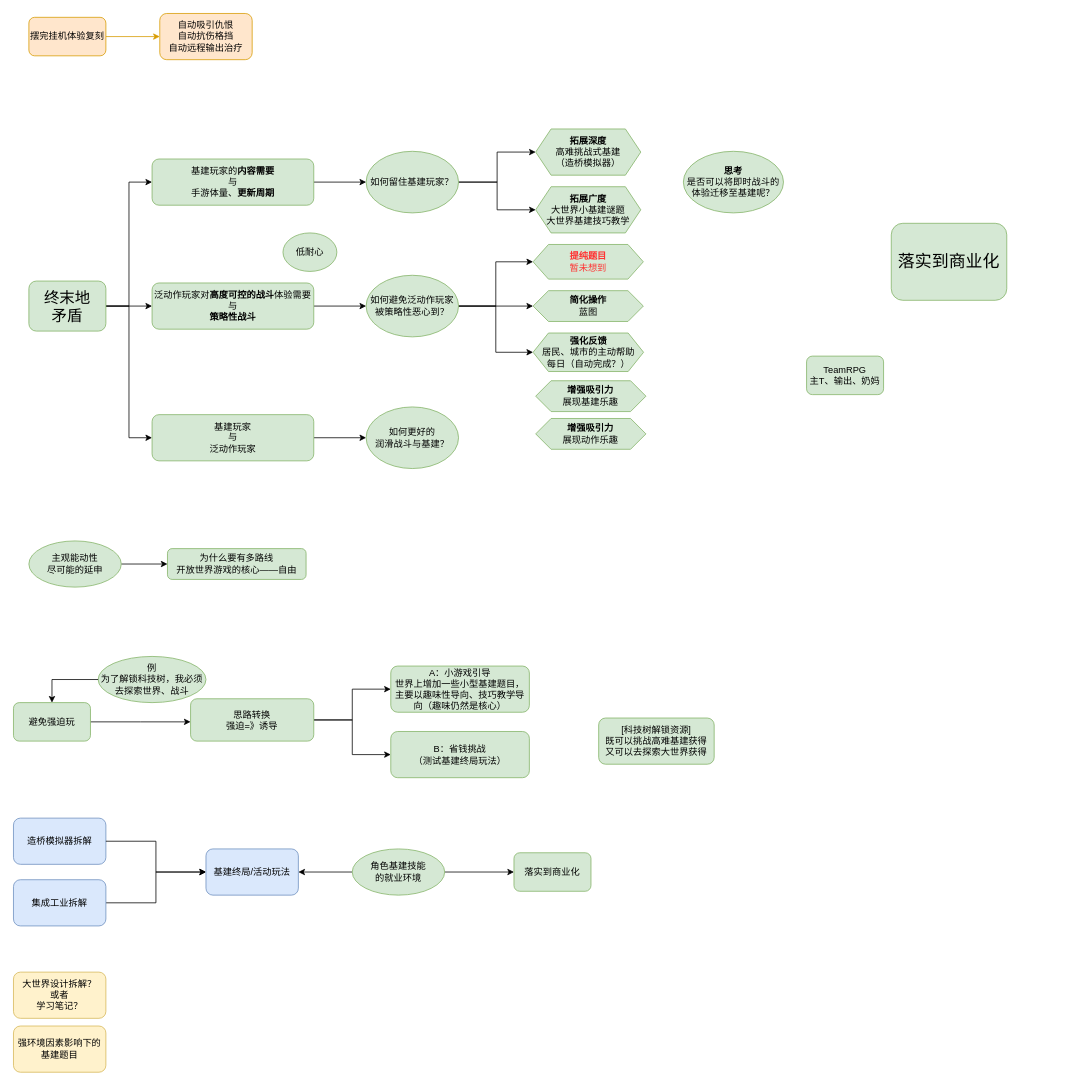
This is 方舟案子思考.drawio from Monokero/draw.io, a draw.io file, before an edit. Source tidied: cells renumbered, new cells numbered last; positions are measured from the earlier drawing's top-left corner, leaving out a move shared by most shapes. Both pictures are drawn from the tidied source at 77%, with x=0, y=0 at pixel (13, 13).
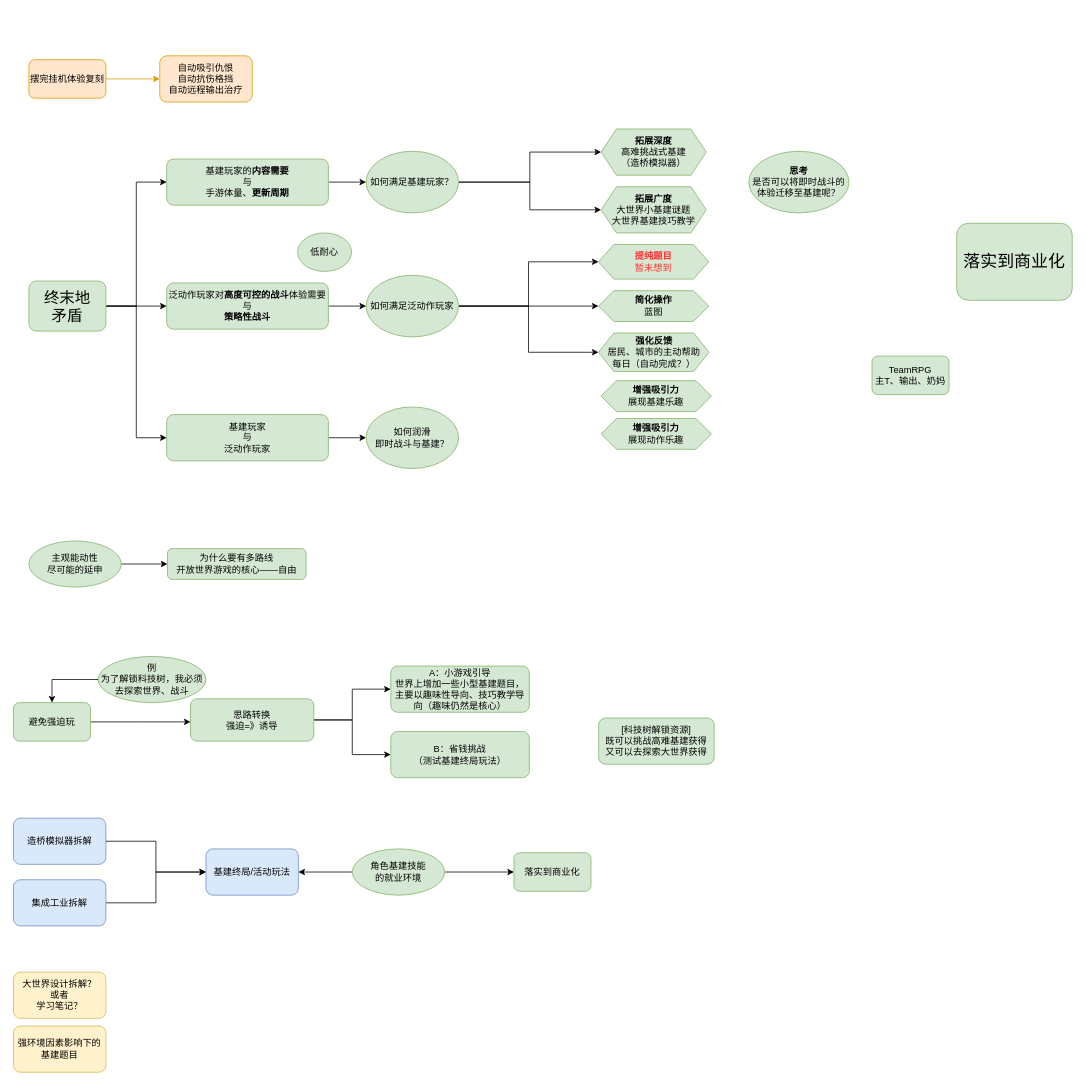
The same diagram, later.

Commit message:
更新方舟案子思考.drawio

Change to the diagram source:
```diff
@@
-    <mxCell id="23" value="如何留住基建玩家？" style="ellipse;whiteSpace=wrap;html=1;fillColor=#d5e8d4;strokeColor=#82b366;" parent="1" vertex="1">
+    <mxCell id="23" value="如何满足基建玩家？" style="ellipse;whiteSpace=wrap;html=1;fillColor=#d5e8d4;strokeColor=#82b366;" parent="1" vertex="1">
       <mxGeometry x="458" y="179" width="120" height="80" as="geometry" />
     </mxCell>
@@
-    <mxCell id="27" value="如何避免泛动作玩家被策略性恶心到？" style="ellipse;whiteSpace=wrap;html=1;fillColor=#d5e8d4;strokeColor=#82b366;" parent="1" vertex="1">
+    <mxCell id="27" value="如何满足泛动作玩家" style="ellipse;whiteSpace=wrap;html=1;fillColor=#d5e8d4;strokeColor=#82b366;" parent="1" vertex="1">
       <mxGeometry x="458" y="340" width="120" height="80" as="geometry" />
     </mxCell>
     <mxCell id="28" value="&lt;b&gt;简化操作&lt;/b&gt;&lt;div&gt;蓝图&lt;/div&gt;" style="shape=hexagon;perimeter=hexagonPerimeter2;whiteSpace=wrap;html=1;fixedSize=1;fillColor=#d5e8d4;strokeColor=#82b366;" parent="1" vertex="1">
-      <mxGeometry x="674.8" y="360" width="143.2" height="40" as="geometry" />
+      <mxGeometry x="759.8" y="360" width="143.2" height="40" as="geometry" />
     </mxCell>
@@
     <mxCell id="34" value="摆完挂机体验复刻" style="rounded=1;whiteSpace=wrap;html=1;fillColor=#ffe6cc;strokeColor=#d79b00;" parent="1" vertex="1">
-      <mxGeometry x="20" y="5" width="100" height="50" as="geometry" />
+      <mxGeometry x="20" y="60" width="100" height="50" as="geometry" />
     </mxCell>
     <mxCell id="35" value="自动吸引仇恨&lt;div&gt;自动抗伤格挡&lt;/div&gt;&lt;div&gt;自动远程输出治疗&lt;/div&gt;" style="whiteSpace=wrap;html=1;rounded=1;fillColor=#ffe6cc;strokeColor=#d79b00;" parent="1" vertex="1">
-      <mxGeometry x="190" width="120" height="60" as="geometry" />
+      <mxGeometry x="190" y="55" width="120" height="60" as="geometry" />
     </mxCell>
@@
     <mxCell id="42" value="基建玩家的&lt;b&gt;内容需要&lt;/b&gt;&lt;div&gt;与&lt;/div&gt;&lt;div&gt;手游体量、&lt;b&gt;更新周期&lt;/b&gt;&lt;/div&gt;" style="whiteSpace=wrap;html=1;fillColor=#d5e8d4;strokeColor=#82b366;rounded=1;" parent="1" vertex="1">
-      <mxGeometry x="180" y="189" width="210" height="60" as="geometry" />
+      <mxGeometry x="199" y="189" width="210" height="60" as="geometry" />
     </mxCell>
@@
     <mxCell id="44" value="泛动作玩家对&lt;b&gt;高度可控的战斗&lt;/b&gt;体验需要&lt;div&gt;与&lt;/div&gt;&lt;div&gt;&lt;b&gt;策略性战斗&lt;/b&gt;&lt;/div&gt;" style="whiteSpace=wrap;html=1;fillColor=#d5e8d4;strokeColor=#82b366;rounded=1;" parent="1" vertex="1">
-      <mxGeometry x="180" y="350" width="210" height="60" as="geometry" />
+      <mxGeometry x="199" y="350" width="210" height="60" as="geometry" />
     </mxCell>
@@
     <mxCell id="46" value="基建玩家&lt;div&gt;与&lt;/div&gt;&lt;div&gt;泛动作玩家&lt;/div&gt;" style="whiteSpace=wrap;html=1;fillColor=#d5e8d4;strokeColor=#82b366;rounded=1;" parent="1" vertex="1">
-      <mxGeometry x="180" y="521" width="210" height="60" as="geometry" />
+      <mxGeometry x="199" y="521" width="210" height="60" as="geometry" />
     </mxCell>
-    <mxCell id="47" value="如何更好的&lt;div&gt;润滑战斗与基建？&lt;/div&gt;" style="ellipse;whiteSpace=wrap;html=1;fillColor=#d5e8d4;strokeColor=#82b366;" parent="1" vertex="1">
+    <mxCell id="47" value="如何&lt;span style=&quot;background-color: transparent; color: light-dark(rgb(0, 0, 0), rgb(255, 255, 255));&quot;&gt;润滑&lt;/span&gt;&lt;div&gt;&lt;span style=&quot;background-color: transparent; color: light-dark(rgb(0, 0, 0), rgb(255, 255, 255));&quot;&gt;即时战斗与基建？&lt;/span&gt;&lt;/div&gt;" style="ellipse;whiteSpace=wrap;html=1;fillColor=#d5e8d4;strokeColor=#82b366;" parent="1" vertex="1">
       <mxGeometry x="458" y="511" width="120" height="80" as="geometry" />
     </mxCell>
     <mxCell id="48" value="&lt;div&gt;&lt;b&gt;拓展广度&lt;/b&gt;&lt;/div&gt;大世界小基建谜题&lt;div&gt;大世界基建技巧教学&lt;/div&gt;" style="shape=hexagon;perimeter=hexagonPerimeter2;whiteSpace=wrap;html=1;fixedSize=1;fillColor=#d5e8d4;strokeColor=#82b366;" parent="1" vertex="1">
-      <mxGeometry x="678.2" y="225" width="136.5" height="60" as="geometry" />
+      <mxGeometry x="763.2" y="225" width="136.5" height="60" as="geometry" />
     </mxCell>
     <mxCell id="49" value="&lt;div&gt;&lt;b style=&quot;background-color: transparent; color: light-dark(rgb(0, 0, 0), rgb(255, 255, 255));&quot;&gt;拓展&lt;/b&gt;&lt;b&gt;深度&lt;/b&gt;&lt;/div&gt;高难挑战式基建&lt;div&gt;（造桥模拟器）&lt;/div&gt;" style="shape=hexagon;perimeter=hexagonPerimeter2;whiteSpace=wrap;html=1;fixedSize=1;fillColor=#d5e8d4;strokeColor=#82b366;" parent="1" vertex="1">
-      <mxGeometry x="678.2" y="150" width="136.5" height="60" as="geometry" />
+      <mxGeometry x="763.2" y="150" width="136.5" height="60" as="geometry" />
     </mxCell>
     <mxCell id="50" value="&lt;b&gt;提纯题目&lt;/b&gt;&lt;div&gt;暂未想到&lt;/div&gt;" style="shape=hexagon;perimeter=hexagonPerimeter2;whiteSpace=wrap;html=1;fixedSize=1;fillColor=#d5e8d4;strokeColor=#82b366;fontColor=#FF3333;" parent="1" vertex="1">
-      <mxGeometry x="674.8" y="300" width="143.2" height="45" as="geometry" />
+      <mxGeometry x="759.8" y="300" width="143.2" height="45" as="geometry" />
     </mxCell>
     <mxCell id="51" value="&lt;b&gt;强化&lt;/b&gt;&lt;b&gt;反馈&lt;/b&gt;&lt;div&gt;居民、城市的主动帮助&lt;/div&gt;&lt;div&gt;每日（自动完成？）&lt;/div&gt;" style="shape=hexagon;perimeter=hexagonPerimeter2;whiteSpace=wrap;html=1;fixedSize=1;fillColor=#d5e8d4;strokeColor=#82b366;" parent="1" vertex="1">
-      <mxGeometry x="674.8" y="415" width="143.5" height="50" as="geometry" />
+      <mxGeometry x="759.8" y="415" width="143.5" height="50" as="geometry" />
     </mxCell>
     <mxCell id="52" value="&lt;div&gt;&lt;b&gt;思考&lt;/b&gt;&lt;/div&gt;是否可以将即时战斗的体验迁移至基建呢？" style="ellipse;whiteSpace=wrap;html=1;fillColor=#d5e8d4;strokeColor=#82b366;" parent="1" vertex="1">
-      <mxGeometry x="870" y="179" width="130" height="80" as="geometry" />
+      <mxGeometry x="955" y="179" width="130" height="80" as="geometry" />
     </mxCell>
     <mxCell id="53" value="低耐心" style="ellipse;whiteSpace=wrap;html=1;fillColor=#d5e8d4;strokeColor=#82b366;" parent="1" vertex="1">
-      <mxGeometry x="350" y="285" width="70" height="50" as="geometry" />
+      <mxGeometry x="369" y="285" width="70" height="50" as="geometry" />
     </mxCell>
     <mxCell id="54" value="&lt;div&gt;落实到商业化&lt;/div&gt;" style="rounded=1;whiteSpace=wrap;html=1;fillColor=#d5e8d4;strokeColor=#82b366;fontSize=22;" parent="1" vertex="1">
-      <mxGeometry x="1140" y="272.5" width="150" height="100" as="geometry" />
+      <mxGeometry x="1225" y="272.5" width="150" height="100" as="geometry" />
     </mxCell>
     <mxCell id="55" value="&lt;div&gt;TeamRPG&lt;/div&gt;&lt;div&gt;主T、输出、奶妈&lt;/div&gt;" style="rounded=1;whiteSpace=wrap;html=1;fillColor=#d5e8d4;strokeColor=#82b366;" parent="1" vertex="1">
-      <mxGeometry x="1030" y="445" width="100" height="50" as="geometry" />
+      <mxGeometry x="1115" y="445" width="100" height="50" as="geometry" />
     </mxCell>
     <mxCell id="56" value="&lt;b&gt;增强吸引力&lt;/b&gt;&lt;div&gt;展现基建乐趣&lt;/div&gt;" style="shape=hexagon;perimeter=hexagonPerimeter2;whiteSpace=wrap;html=1;fixedSize=1;fillColor=#d5e8d4;strokeColor=#82b366;" parent="1" vertex="1">
-      <mxGeometry x="678.2" y="477" width="143.2" height="40" as="geometry" />
+      <mxGeometry x="763.2" y="477" width="143.2" height="40" as="geometry" />
     </mxCell>
     <mxCell id="57" value="&lt;b&gt;增强吸引力&lt;/b&gt;&lt;div&gt;展现动作乐趣&lt;/div&gt;" style="shape=hexagon;perimeter=hexagonPerimeter2;whiteSpace=wrap;html=1;fixedSize=1;fillColor=#d5e8d4;strokeColor=#82b366;" parent="1" vertex="1">
-      <mxGeometry x="678.2" y="526" width="143.2" height="40" as="geometry" />
+      <mxGeometry x="763.2" y="526" width="143.2" height="40" as="geometry" />
     </mxCell>
```
